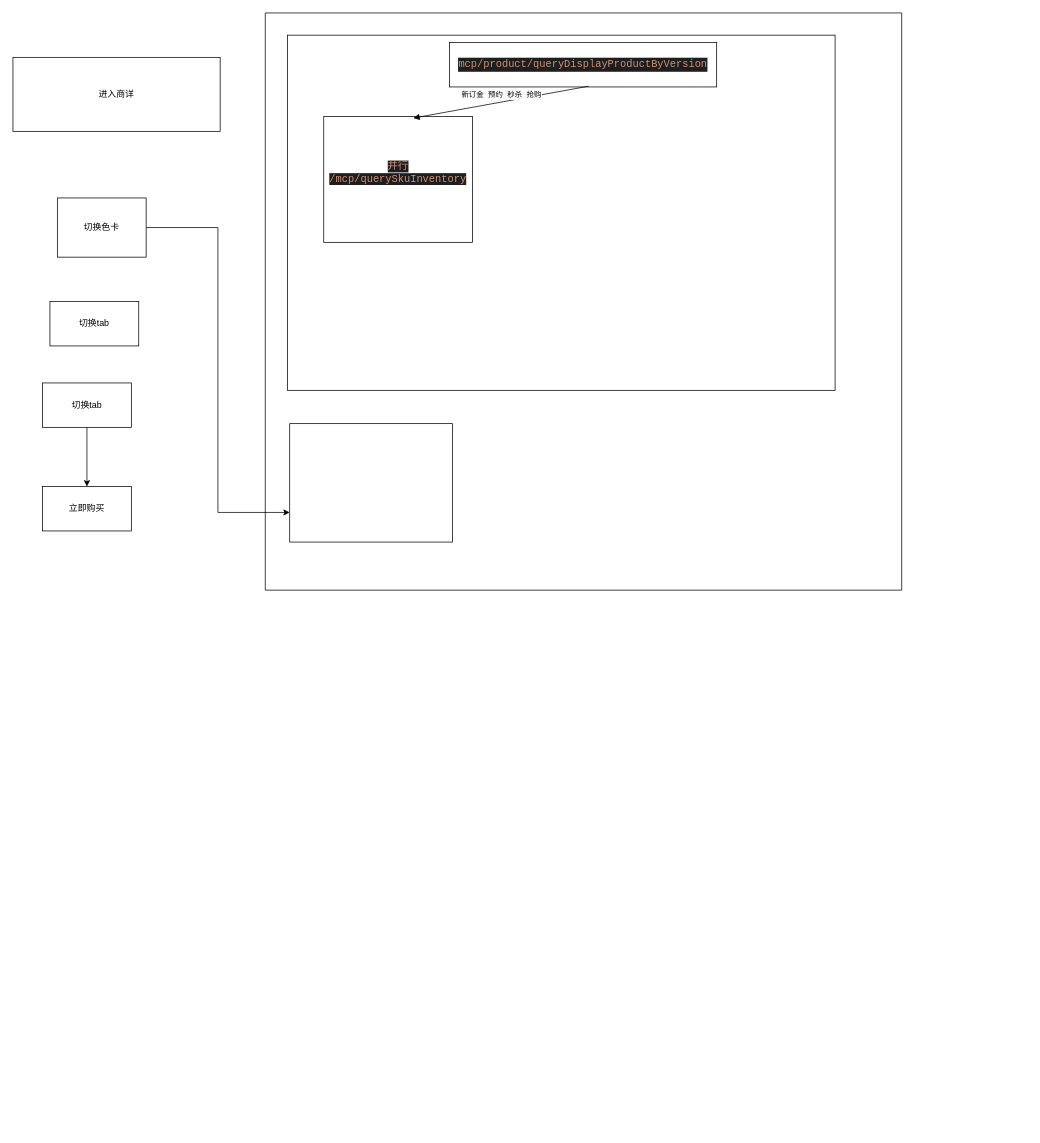
The draw.io diagram Untitled Diagram.drawio in daolinhy/changeCar, before the edit. Source tidied: cells renumbered, new cells numbered last; positions are measured from the earlier drawing's top-left corner, leaving out a move shared by most shapes. Both pictures are drawn from the tidied source at 74%, with x=0, y=0 at pixel (13, 13).
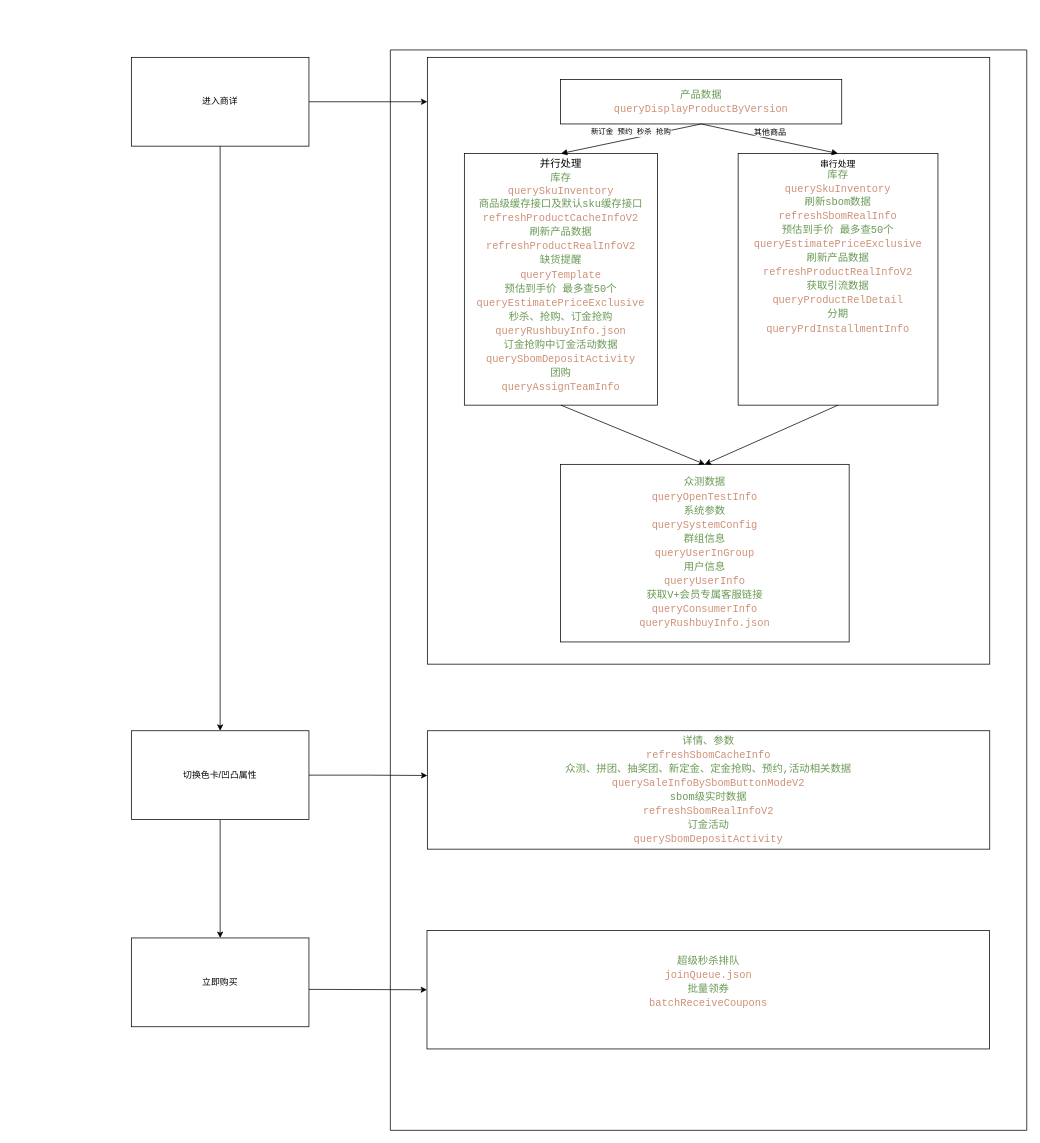
The same diagram, later.

Change to the diagram source:
```diff
@@
     <mxCell id="2" value="进入商详" style="rounded=0;whiteSpace=wrap;html=1;" parent="1" vertex="1">
-      <mxGeometry y="60" width="280" height="100" as="geometry" />
+      <mxGeometry x="160" y="60" width="240" height="120" as="geometry" />
     </mxCell>
-    <mxCell id="3" style="edgeStyle=orthogonalEdgeStyle;rounded=0;jettySize=auto;html=1;entryX=0;entryY=0.75;entryDx=0;entryDy=0;" parent="1" edge="1" source="4" target="9">
+    <mxCell id="3" style="edgeStyle=orthogonalEdgeStyle;rounded=0;jettySize=auto;html=1;exitX=1;exitY=0.5;exitDx=0;exitDy=0;entryX=0;entryY=0.378;entryDx=0;entryDy=0;entryPerimeter=0;" parent="1" edge="1" source="7" target="9">
       <mxGeometry relative="1" as="geometry" />
     </mxCell>
-    <mxCell id="4" value="切换色卡" style="rounded=0;whiteSpace=wrap;html=1;" parent="1" vertex="1">
-      <mxGeometry x="60" y="250" width="120" height="80" as="geometry" />
-    </mxCell>
-    <mxCell id="5" value="切换tab" style="rounded=0;whiteSpace=wrap;html=1;" parent="1" vertex="1">
-      <mxGeometry x="50" y="390" width="120" height="60" as="geometry" />
-    </mxCell>
@@
-    <mxCell id="7" value="切换tab" style="rounded=0;whiteSpace=wrap;html=1;" parent="1" vertex="1">
-      <mxGeometry x="40" y="500" width="120" height="60" as="geometry" />
+    <mxCell id="7" value="切换色卡/凹凸属性" style="rounded=0;whiteSpace=wrap;html=1;" parent="1" vertex="1">
+      <mxGeometry x="160" y="970" width="240" height="120" as="geometry" />
     </mxCell>
     <mxCell id="8" style="swimlane;startSize=0;" parent="1" vertex="1">
-      <mxGeometry x="341" width="860" height="780" as="geometry" />
+      <mxGeometry x="510" y="50" width="860" height="1460" as="geometry" />
     </mxCell>
-    <mxCell id="9" style="rounded=0;whiteSpace=wrap;html=1;" parent="8" vertex="1">
-      <mxGeometry x="33" y="555" width="220" height="160" as="geometry" />
+    <mxCell id="9" value="&lt;div style=&quot;color: rgb(212, 212, 212); font-family: Consolas, &amp;quot;Courier New&amp;quot;, monospace; font-size: 14px; line-height: 19px; white-space: pre;&quot;&gt;&lt;div style=&quot;line-height: 19px;&quot;&gt;&lt;span style=&quot;color: rgb(106, 153, 85);&quot;&gt;详情、参数&lt;/span&gt;&lt;/div&gt;&lt;/div&gt;&lt;div style=&quot;font-family: Consolas, &amp;quot;Courier New&amp;quot;, monospace; font-size: 14px; line-height: 19px; white-space: pre;&quot;&gt;&lt;font color=&quot;#ce9178&quot;&gt;refreshSbomCacheInfo&lt;/font&gt;&lt;/div&gt;&lt;div style=&quot;font-family: Consolas, &amp;quot;Courier New&amp;quot;, monospace; font-size: 14px; line-height: 19px; white-space: pre;&quot;&gt;&lt;div style=&quot;color: rgb(212, 212, 212); line-height: 19px;&quot;&gt;&lt;span style=&quot;color: #6a9955;&quot;&gt;众测、拼团、抽奖团、新定金、定金抢购、预约,活动相关数据&lt;/span&gt;&lt;/div&gt;&lt;div style=&quot;line-height: 19px;&quot;&gt;&lt;div style=&quot;line-height: 19px;&quot;&gt;&lt;font color=&quot;#ce9178&quot;&gt;querySaleInfoBySbomButtonModeV2&lt;/font&gt;&lt;/div&gt;&lt;div style=&quot;line-height: 19px;&quot;&gt;&lt;div style=&quot;color: rgb(212, 212, 212); line-height: 19px;&quot;&gt;&lt;span style=&quot;color: #6a9955;&quot;&gt;sbom级实时数据&lt;/span&gt;&lt;/div&gt;&lt;div style=&quot;line-height: 19px;&quot;&gt;&lt;div style=&quot;line-height: 19px;&quot;&gt;&lt;font color=&quot;#ce9178&quot;&gt;refreshSbomRealInfoV2&lt;/font&gt;&lt;/div&gt;&lt;div style=&quot;color: rgb(212, 212, 212); line-height: 19px;&quot;&gt;&lt;div style=&quot;line-height: 19px;&quot;&gt;&lt;span style=&quot;color: #6a9955;&quot;&gt;订金活动&lt;/span&gt;&lt;/div&gt;&lt;/div&gt;&lt;div style=&quot;color: rgb(212, 212, 212); line-height: 19px;&quot;&gt;&lt;div style=&quot;line-height: 19px;&quot;&gt;&lt;span style=&quot;color: rgb(206, 145, 120);&quot;&gt;querySbomDepositActivity&lt;/span&gt;&lt;/div&gt;&lt;/div&gt;&lt;/div&gt;&lt;/div&gt;&lt;/div&gt;&lt;/div&gt;" style="rounded=0;whiteSpace=wrap;html=1;" parent="8" vertex="1">
+      <mxGeometry x="50" y="920" width="760" height="160" as="geometry" />
     </mxCell>
     <mxCell id="10" value="&lt;div style=&quot;font-family: Consolas, &amp;quot;Courier New&amp;quot;, monospace; font-size: 14px; line-height: 19px; white-space: pre;&quot;&gt;&lt;br&gt;&lt;/div&gt;" style="rounded=0;whiteSpace=wrap;html=1;" parent="8" vertex="1">
-      <mxGeometry x="30" y="30" width="740" height="480" as="geometry" />
+      <mxGeometry x="50" y="10" width="760" height="820" as="geometry" />
     </mxCell>
-    <mxCell id="11" value="&lt;div style=&quot;color: rgb(212, 212, 212); background-color: rgb(30, 30, 30); font-family: Consolas, &amp;quot;Courier New&amp;quot;, monospace; font-size: 14px; line-height: 19px; white-space: pre;&quot;&gt;&lt;span style=&quot;color: #ce9178;&quot;&gt;mcp/product/queryDisplayProductByVersion&lt;/span&gt;&lt;/div&gt;" style="rounded=0;whiteSpace=wrap;html=1;" parent="8" vertex="1">
-      <mxGeometry x="249" y="40" width="361" height="60" as="geometry" />
+    <mxCell id="11" value="&lt;div style=&quot;color: rgb(212, 212, 212); font-family: Consolas, &amp;quot;Courier New&amp;quot;, monospace; font-size: 14px; line-height: 19px; white-space: pre;&quot;&gt;&lt;div style=&quot;line-height: 19px;&quot;&gt;&lt;span style=&quot;color: rgb(106, 153, 85);&quot;&gt;产品数据&lt;/span&gt;&lt;/div&gt;&lt;/div&gt;&lt;div style=&quot;color: rgb(212, 212, 212); font-family: Consolas, &amp;quot;Courier New&amp;quot;, monospace; font-size: 14px; line-height: 19px; white-space: pre;&quot;&gt;&lt;span style=&quot;color: rgb(206, 145, 120);&quot;&gt;queryDisplayProductByVersion&lt;/span&gt;&lt;/div&gt;" style="rounded=0;whiteSpace=wrap;html=1;" parent="8" vertex="1">
+      <mxGeometry x="230" y="40" width="380" height="60" as="geometry" />
     </mxCell>
-    <mxCell id="12" value="&lt;div&gt;&lt;span style=&quot;color: rgb(206, 145, 120); font-family: Consolas, &amp;quot;Courier New&amp;quot;, monospace; font-size: 14px; white-space: pre; background-color: rgb(30, 30, 30);&quot;&gt;并行&lt;/span&gt;&lt;/div&gt;&lt;span style=&quot;color: rgb(206, 145, 120); font-family: Consolas, &amp;quot;Courier New&amp;quot;, monospace; font-size: 14px; white-space: pre; background-color: rgb(30, 30, 30);&quot;&gt;/mcp/querySkuInventory&lt;/span&gt;&lt;div&gt;&lt;span style=&quot;color: rgb(206, 145, 120); font-family: Consolas, &amp;quot;Courier New&amp;quot;, monospace; font-size: 14px; white-space: pre; background-color: rgb(30, 30, 30);&quot;&gt;&lt;br&gt;&lt;/span&gt;&lt;/div&gt;" style="rounded=0;whiteSpace=wrap;html=1;" parent="8" vertex="1">
-      <mxGeometry x="79" y="140" width="201" height="170" as="geometry" />
+    <mxCell id="12" value="&lt;div&gt;&lt;span style=&quot;font-family: Consolas, &amp;quot;Courier New&amp;quot;, monospace; font-size: 14px; white-space: pre;&quot;&gt;并行处理&lt;/span&gt;&lt;/div&gt;&lt;div&gt;&lt;div style=&quot;color: rgb(212, 212, 212); font-family: Consolas, &amp;quot;Courier New&amp;quot;, monospace; font-size: 14px; line-height: 19px; white-space: pre;&quot;&gt;&lt;span style=&quot;color: #6a9955;&quot;&gt;库存&lt;/span&gt;&lt;/div&gt;&lt;/div&gt;&lt;span style=&quot;color: rgb(206, 145, 120); font-family: Consolas, &amp;quot;Courier New&amp;quot;, monospace; font-size: 14px; white-space: pre;&quot;&gt;querySkuInventory&lt;/span&gt;&lt;div&gt;&lt;div style=&quot;color: rgb(212, 212, 212); font-family: Consolas, &amp;quot;Courier New&amp;quot;, monospace; font-size: 14px; line-height: 19px; white-space: pre;&quot;&gt;&lt;span style=&quot;color: #6a9955;&quot;&gt;商品级缓存接⼝及默认sku缓存接⼝&lt;/span&gt;&lt;/div&gt;&lt;div&gt;&lt;div style=&quot;font-family: Consolas, &amp;quot;Courier New&amp;quot;, monospace; font-size: 14px; line-height: 19px; white-space: pre;&quot;&gt;&lt;font color=&quot;#ce9178&quot;&gt;refreshProductCacheInfoV2&lt;/font&gt;&lt;/div&gt;&lt;/div&gt;&lt;div style=&quot;color: rgb(212, 212, 212); font-family: Consolas, &amp;quot;Courier New&amp;quot;, monospace; font-size: 14px; line-height: 19px; white-space: pre;&quot;&gt;&lt;div style=&quot;line-height: 19px;&quot;&gt;&lt;span style=&quot;color: #6a9955;&quot;&gt;刷新产品数据&lt;/span&gt;&lt;/div&gt;&lt;/div&gt;&lt;div style=&quot;font-family: Consolas, &amp;quot;Courier New&amp;quot;, monospace; font-size: 14px; line-height: 19px; white-space: pre;&quot;&gt;&lt;div style=&quot;line-height: 19px;&quot;&gt;&lt;font color=&quot;#ce9178&quot;&gt;refreshProductRealInfoV2&lt;/font&gt;&lt;/div&gt;&lt;div style=&quot;color: rgb(212, 212, 212); line-height: 19px;&quot;&gt;&lt;div style=&quot;line-height: 19px;&quot;&gt;&lt;span style=&quot;color: #6a9955;&quot;&gt;缺货提醒&lt;/span&gt;&lt;/div&gt;&lt;/div&gt;&lt;div style=&quot;line-height: 19px;&quot;&gt;&lt;div style=&quot;line-height: 19px;&quot;&gt;&lt;font color=&quot;#ce9178&quot;&gt;queryTemplate&lt;/font&gt;&lt;/div&gt;&lt;div style=&quot;color: rgb(212, 212, 212); line-height: 19px;&quot;&gt;&lt;div style=&quot;line-height: 19px;&quot;&gt;&lt;span style=&quot;color: #6a9955;&quot;&gt;预估到手价 最多查50个&lt;/span&gt;&lt;/div&gt;&lt;/div&gt;&lt;div style=&quot;line-height: 19px;&quot;&gt;&lt;div style=&quot;line-height: 19px;&quot;&gt;&lt;font color=&quot;#ce9178&quot;&gt;queryEstimatePriceExclusive&lt;/font&gt;&lt;/div&gt;&lt;div style=&quot;line-height: 19px;&quot;&gt;&lt;div style=&quot;color: rgb(212, 212, 212); line-height: 19px;&quot;&gt;&lt;div style=&quot;line-height: 19px;&quot;&gt;&lt;span style=&quot;color: #6a9955;&quot;&gt;秒杀、抢购、订金抢购&lt;/span&gt;&lt;/div&gt;&lt;/div&gt;&lt;div style=&quot;line-height: 19px;&quot;&gt;&lt;font color=&quot;#ce9178&quot;&gt;queryRushbuyInfo.json&lt;/font&gt;&lt;/div&gt;&lt;div style=&quot;line-height: 19px;&quot;&gt;&lt;div style=&quot;line-height: 19px;&quot;&gt;&lt;div style=&quot;line-height: 19px;&quot;&gt;&lt;span style=&quot;color: #6a9955;&quot;&gt;订金抢购中订金活动数据&lt;/span&gt;&lt;/div&gt;&lt;/div&gt;&lt;div style=&quot;line-height: 19px;&quot;&gt;&lt;font color=&quot;#ce9178&quot;&gt;querySbomDepositActivity&lt;/font&gt;&lt;/div&gt;&lt;div style=&quot;color: rgb(212, 212, 212); line-height: 19px;&quot;&gt;&lt;div style=&quot;line-height: 19px;&quot;&gt;&lt;span style=&quot;color: #6a9955;&quot;&gt;团购&lt;/span&gt;&lt;/div&gt;&lt;/div&gt;&lt;div style=&quot;line-height: 19px;&quot;&gt;&lt;div style=&quot;line-height: 19px;&quot;&gt;&lt;font color=&quot;#ce9178&quot;&gt;queryAssignTeamInfo&lt;/font&gt;&lt;/div&gt;&lt;/div&gt;&lt;/div&gt;&lt;/div&gt;&lt;/div&gt;&lt;/div&gt;&lt;/div&gt;&lt;/div&gt;" style="rounded=0;whiteSpace=wrap;html=1;verticalAlign=top;" parent="8" vertex="1">
+      <mxGeometry x="100" y="140" width="261" height="340" as="geometry" />
     </mxCell>
-    <mxCell id="13" value="&lt;span style=&quot;font-family: Consolas, &amp;quot;Courier New&amp;quot;, monospace; white-space-collapse: preserve; background-color: rgb(251, 251, 251);&quot;&gt;&lt;font style=&quot;font-size: 10px;&quot;&gt;新订金 预约 秒杀 抢购&lt;/font&gt;&lt;/span&gt;" style="html=1;verticalAlign=bottom;endArrow=block;curved=0;rounded=0;entryX=0.602;entryY=0.012;entryDx=0;entryDy=0;entryPerimeter=0;exitX=0.521;exitY=0.983;exitDx=0;exitDy=0;exitPerimeter=0;" parent="8" edge="1" source="11" target="12">
+    <mxCell id="13" value="&lt;span style=&quot;font-family: Consolas, &amp;quot;Courier New&amp;quot;, monospace; white-space-collapse: preserve; background-color: rgb(251, 251, 251);&quot;&gt;&lt;font style=&quot;font-size: 10px;&quot;&gt;新订金 预约 秒杀 抢购&lt;/font&gt;&lt;/span&gt;" style="html=1;verticalAlign=bottom;endArrow=block;curved=0;rounded=0;entryX=0.5;entryY=0;entryDx=0;entryDy=0;exitX=0.5;exitY=1;exitDx=0;exitDy=0;" parent="8" edge="1" source="11" target="12">
       <mxGeometry relative="1" as="geometry" />
     </mxCell>
+    <mxCell id="15" value="串行处理&lt;div&gt;&lt;div&gt;&lt;div style=&quot;color: rgb(212, 212, 212); font-family: Consolas, &amp;quot;Courier New&amp;quot;, monospace; font-size: 14px; line-height: 19px; white-space: pre;&quot;&gt;&lt;span style=&quot;color: rgb(106, 153, 85);&quot;&gt;库存&lt;/span&gt;&lt;/div&gt;&lt;/div&gt;&lt;span style=&quot;color: rgb(206, 145, 120); font-family: Consolas, &amp;quot;Courier New&amp;quot;, monospace; font-size: 14px; white-space: pre;&quot;&gt;querySkuInventory&lt;/span&gt;&lt;br&gt;&lt;/div&gt;&lt;div&gt;&lt;div style=&quot;color: rgb(212, 212, 212); font-family: Consolas, &amp;quot;Courier New&amp;quot;, monospace; font-size: 14px; line-height: 19px; white-space: pre;&quot;&gt;&lt;span style=&quot;color: #6a9955;&quot;&gt;刷新sbom数据&lt;/span&gt;&lt;/div&gt;&lt;/div&gt;&lt;div&gt;&lt;div style=&quot;color: rgb(212, 212, 212); font-family: Consolas, &amp;quot;Courier New&amp;quot;, monospace; font-size: 14px; line-height: 19px; white-space: pre;&quot;&gt;&lt;span style=&quot;color: #ce9178;&quot;&gt;refreshSbomRealInfo&lt;/span&gt;&lt;/div&gt;&lt;/div&gt;&lt;div style=&quot;font-family: Consolas, &amp;quot;Courier New&amp;quot;, monospace; font-size: 14px; line-height: 19px; white-space: pre;&quot;&gt;&lt;div style=&quot;color: rgb(212, 212, 212); line-height: 19px;&quot;&gt;&lt;div style=&quot;line-height: 19px;&quot;&gt;&lt;span style=&quot;color: rgb(106, 153, 85);&quot;&gt;预估到手价 最多查50个&lt;/span&gt;&lt;/div&gt;&lt;/div&gt;&lt;div style=&quot;line-height: 19px;&quot;&gt;&lt;div style=&quot;line-height: 19px;&quot;&gt;&lt;font color=&quot;#ce9178&quot;&gt;queryEstimatePriceExclusive&lt;/font&gt;&lt;/div&gt;&lt;div style=&quot;line-height: 19px;&quot;&gt;&lt;div style=&quot;color: rgb(212, 212, 212); line-height: 19px;&quot;&gt;&lt;div style=&quot;line-height: 19px;&quot;&gt;&lt;span style=&quot;color: rgb(106, 153, 85);&quot;&gt;刷新产品数据&lt;/span&gt;&lt;/div&gt;&lt;/div&gt;&lt;div style=&quot;line-height: 19px;&quot;&gt;&lt;div style=&quot;line-height: 19px;&quot;&gt;&lt;font color=&quot;#ce9178&quot;&gt;refreshProductRealInfoV2&lt;/font&gt;&lt;/div&gt;&lt;div style=&quot;color: rgb(212, 212, 212); line-height: 19px;&quot;&gt;&lt;div style=&quot;line-height: 19px;&quot;&gt;&lt;span style=&quot;color: #6a9955;&quot;&gt;获取引流数据&lt;/span&gt;&lt;/div&gt;&lt;/div&gt;&lt;div style=&quot;line-height: 19px;&quot;&gt;&lt;div style=&quot;line-height: 19px;&quot;&gt;&lt;font color=&quot;#ce9178&quot;&gt;queryProductRelDetail&lt;/font&gt;&lt;/div&gt;&lt;div style=&quot;line-height: 19px;&quot;&gt;&lt;font color=&quot;#6a9955&quot;&gt;分期&lt;/font&gt;&lt;/div&gt;&lt;div style=&quot;line-height: 19px;&quot;&gt;&lt;div style=&quot;line-height: 19px;&quot;&gt;&lt;font color=&quot;#ce9178&quot;&gt;queryPrdInstallmentInfo&lt;/font&gt;&lt;/div&gt;&lt;/div&gt;&lt;/div&gt;&lt;/div&gt;&lt;/div&gt;&lt;/div&gt;&lt;/div&gt;" style="rounded=0;whiteSpace=wrap;html=1;verticalAlign=top;" parent="8" vertex="1">
+      <mxGeometry x="470" y="140" width="270" height="340" as="geometry" />
+    </mxCell>
+    <mxCell id="16" value="其他商品" style="html=1;verticalAlign=bottom;endArrow=block;curved=0;rounded=0;entryX=0.5;entryY=0;entryDx=0;entryDy=0;exitX=0.5;exitY=1;exitDx=0;exitDy=0;" parent="8" edge="1" source="11" target="15">
+      <mxGeometry relative="1" as="geometry" />
+    </mxCell>
+    <mxCell id="17" value="&lt;div style=&quot;color: rgb(212, 212, 212); font-family: Consolas, &amp;quot;Courier New&amp;quot;, monospace; font-size: 14px; line-height: 19px; white-space: pre;&quot;&gt;&lt;div style=&quot;line-height: 19px;&quot;&gt;&lt;span style=&quot;color: rgb(106, 153, 85);&quot;&gt;众测数据&lt;/span&gt;&lt;/div&gt;&lt;/div&gt;&lt;div style=&quot;font-family: Consolas, &amp;quot;Courier New&amp;quot;, monospace; font-size: 14px; line-height: 19px; white-space: pre;&quot;&gt;&lt;font color=&quot;#ce9178&quot;&gt;queryOpenTestInfo&lt;/font&gt;&lt;/div&gt;&lt;div style=&quot;font-family: Consolas, &amp;quot;Courier New&amp;quot;, monospace; font-size: 14px; line-height: 19px; white-space: pre;&quot;&gt;&lt;div style=&quot;line-height: 19px;&quot;&gt;&lt;font color=&quot;#6a9955&quot;&gt;系统参数&lt;/font&gt;&lt;/div&gt;&lt;div style=&quot;line-height: 19px;&quot;&gt;&lt;font color=&quot;#ce9178&quot;&gt;querySystemConfig&lt;/font&gt;&lt;/div&gt;&lt;div style=&quot;line-height: 19px;&quot;&gt;&lt;font color=&quot;#6a9955&quot;&gt;群组信息&lt;/font&gt;&lt;/div&gt;&lt;div style=&quot;line-height: 19px;&quot;&gt;&lt;div style=&quot;line-height: 19px;&quot;&gt;&lt;font color=&quot;#ce9178&quot;&gt;queryUserInGroup&lt;/font&gt;&lt;/div&gt;&lt;/div&gt;&lt;div style=&quot;color: rgb(212, 212, 212); line-height: 19px;&quot;&gt;&lt;div style=&quot;line-height: 19px;&quot;&gt;&lt;span style=&quot;color: #6a9955;&quot;&gt;用户信息&lt;/span&gt;&lt;/div&gt;&lt;/div&gt;&lt;div style=&quot;line-height: 19px;&quot;&gt;&lt;div style=&quot;line-height: 19px;&quot;&gt;&lt;font color=&quot;#ce9178&quot;&gt;queryUserInfo&lt;/font&gt;&lt;/div&gt;&lt;div style=&quot;line-height: 19px;&quot;&gt;&lt;div style=&quot;color: rgb(212, 212, 212); line-height: 19px;&quot;&gt;&lt;span style=&quot;color: #6a9955;&quot;&gt;获取V+会员专属客服链接&lt;/span&gt;&lt;/div&gt;&lt;div style=&quot;line-height: 19px;&quot;&gt;&lt;div style=&quot;line-height: 19px;&quot;&gt;&lt;font color=&quot;#ce9178&quot;&gt;queryConsumerInfo&lt;/font&gt;&lt;/div&gt;&lt;div style=&quot;line-height: 19px;&quot;&gt;&lt;div style=&quot;line-height: 19px;&quot;&gt;&lt;font color=&quot;#ce9178&quot;&gt;queryRushbuyInfo.json&lt;/font&gt;&lt;/div&gt;&lt;/div&gt;&lt;/div&gt;&lt;/div&gt;&lt;/div&gt;&lt;/div&gt;" style="rounded=0;whiteSpace=wrap;html=1;" parent="8" vertex="1">
+      <mxGeometry x="230" y="560" width="390" height="240" as="geometry" />
+    </mxCell>
+    <mxCell id="18" style="endArrow=classic;html=1;rounded=0;entryX=0.5;entryY=0;entryDx=0;entryDy=0;exitX=0.5;exitY=1;exitDx=0;exitDy=0;" parent="8" edge="1" source="12" target="17">
+      <mxGeometry relative="1" as="geometry" />
+    </mxCell>
+    <mxCell id="19" style="endArrow=classic;html=1;rounded=0;entryX=0.5;entryY=0;entryDx=0;entryDy=0;exitX=0.5;exitY=1;exitDx=0;exitDy=0;" parent="8" edge="1" source="15" target="17">
+      <mxGeometry relative="1" as="geometry" />
+    </mxCell>
+    <mxCell id="20" value="&lt;div style=&quot;color: rgb(212, 212, 212); font-family: Consolas, &amp;quot;Courier New&amp;quot;, monospace; font-size: 14px; line-height: 19px; white-space: pre;&quot;&gt;&lt;div style=&quot;line-height: 19px;&quot;&gt;&lt;div style=&quot;line-height: 19px;&quot;&gt;&lt;span style=&quot;color: rgb(106, 153, 85);&quot;&gt;超级秒杀排队&lt;/span&gt;&lt;/div&gt;&lt;/div&gt;&lt;/div&gt;&lt;div style=&quot;font-family: Consolas, &amp;quot;Courier New&amp;quot;, monospace; font-size: 14px; line-height: 19px; white-space: pre;&quot;&gt;&lt;div style=&quot;line-height: 19px;&quot;&gt;&lt;font color=&quot;#ce9178&quot;&gt;joinQueue.json&lt;/font&gt;&lt;/div&gt;&lt;/div&gt;&lt;div style=&quot;color: rgb(212, 212, 212); font-family: Consolas, &amp;quot;Courier New&amp;quot;, monospace; font-size: 14px; line-height: 19px; white-space: pre;&quot;&gt;&lt;div style=&quot;line-height: 19px;&quot;&gt;&lt;div style=&quot;line-height: 19px;&quot;&gt;&lt;span style=&quot;color: #6a9955;&quot;&gt;批量领券&lt;/span&gt;&lt;/div&gt;&lt;/div&gt;&lt;div style=&quot;line-height: 19px;&quot;&gt;&lt;div style=&quot;line-height: 19px;&quot;&gt;&lt;div style=&quot;line-height: 19px;&quot;&gt;&lt;span style=&quot;color: #ce9178;&quot;&gt;batchReceiveCoupons&lt;/span&gt;&lt;/div&gt;&lt;/div&gt;&lt;div style=&quot;line-height: 19px;&quot;&gt;&lt;div style=&quot;line-height: 19px;&quot;&gt;&lt;br&gt;&lt;/div&gt;&lt;/div&gt;&lt;/div&gt;&lt;/div&gt;" style="rounded=0;whiteSpace=wrap;html=1;" parent="8" vertex="1">
+      <mxGeometry x="49.5" y="1190" width="760" height="160" as="geometry" />
+    </mxCell>
     <mxCell id="14" value="立即购买" style="rounded=0;whiteSpace=wrap;html=1;" parent="1" vertex="1">
-      <mxGeometry x="40" y="640" width="120" height="60" as="geometry" />
+      <mxGeometry x="160" y="1250" width="240" height="120" as="geometry" />
     </mxCell>
+    <mxCell id="21" style="endArrow=classic;html=1;rounded=0;exitX=1;exitY=0.5;exitDx=0;exitDy=0;" parent="1" edge="1" source="2">
+      <mxGeometry relative="1" as="geometry">
+        <mxPoint x="560" y="120" as="targetPoint" />
+      </mxGeometry>
+    </mxCell>
+    <mxCell id="22" style="endArrow=classic;html=1;rounded=0;exitX=0.5;exitY=1;exitDx=0;exitDy=0;" parent="1" edge="1" source="2" target="7">
+      <mxGeometry relative="1" as="geometry" />
+    </mxCell>
+    <mxCell id="23" style="edgeStyle=orthogonalEdgeStyle;rounded=0;jettySize=auto;html=1;exitX=1;exitY=0.5;exitDx=0;exitDy=0;entryX=0;entryY=0.5;entryDx=0;entryDy=0;" parent="1" edge="1" target="20">
+      <mxGeometry relative="1" as="geometry">
+        <mxPoint x="400" y="1319.5" as="sourcePoint" />
+      </mxGeometry>
+    </mxCell>
```
